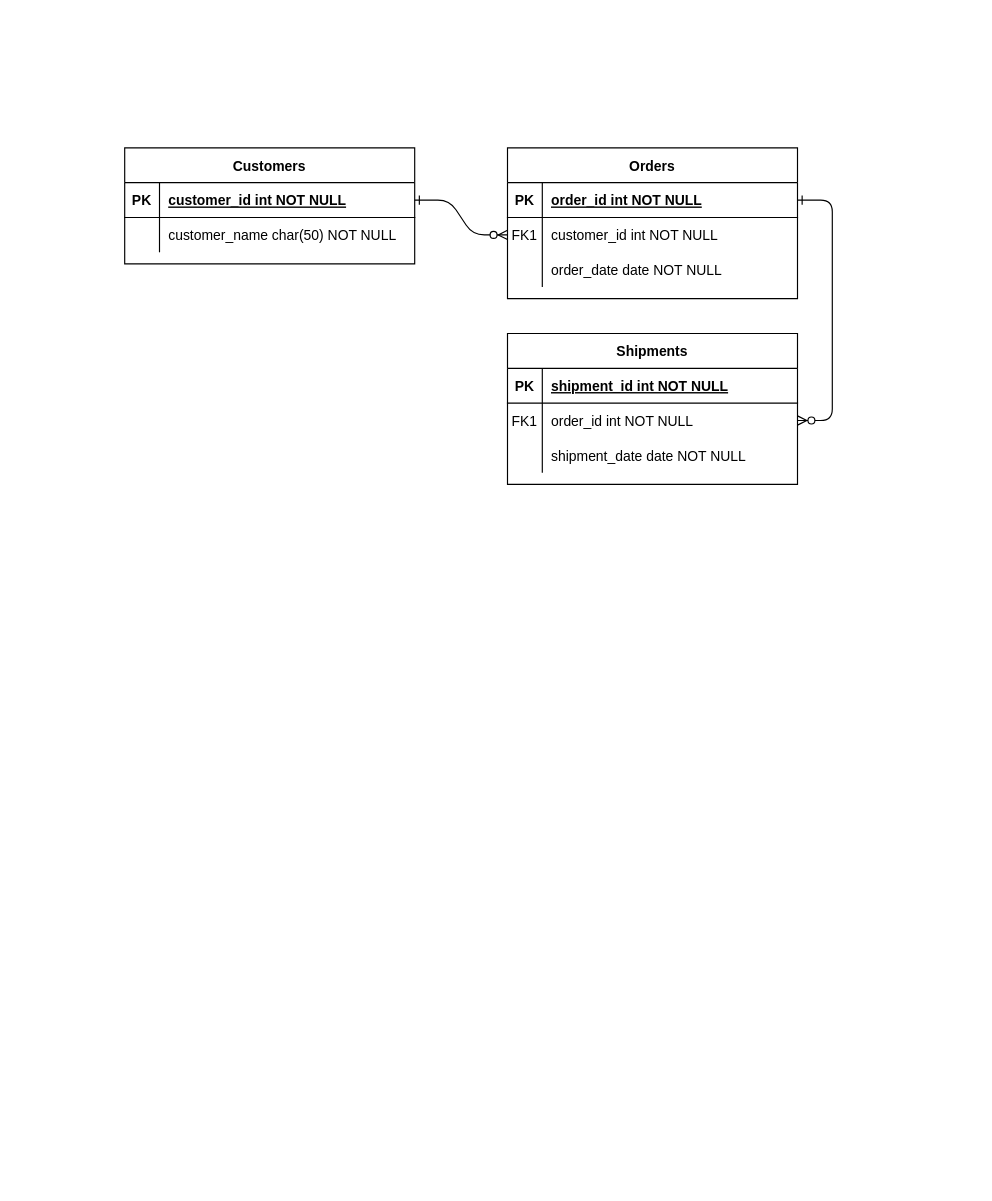
The draw.io diagram Untitled Diagram.drawio in MarinaBdcr/ED, before the edit. Source tidied: cells renumbered, new cells numbered last; positions are measured from the earlier drawing's top-left corner, leaving out a move shared by most shapes. Both pictures are drawn from the tidied source at 116%, with x=0, y=0 at pixel (124, 147).
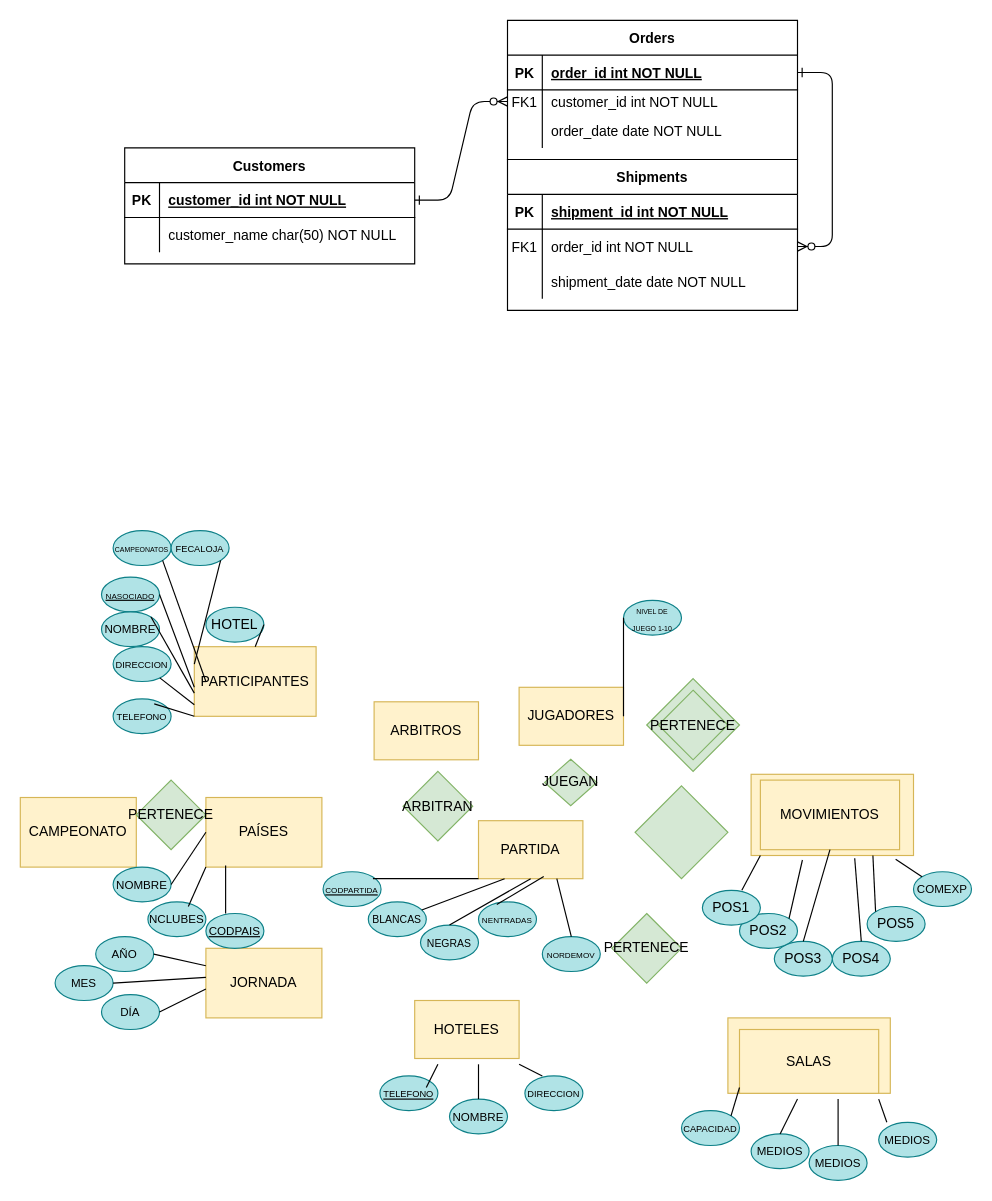
The same page after the edit.

What changed in the source:
```diff
@@
     <mxCell id="4" value="Orders" style="shape=table;startSize=30;childLayout=tableLayout;rowLines=0;fontStyle=1;align=center;" parent="1" vertex="1">
-      <mxGeometry x="330" width="250" height="130" as="geometry" />
+      <mxGeometry x="330" y="-110" width="250" height="120" as="geometry" />
     </mxCell>
@@
     <mxCell id="8" style="shape=partialRectangle;fillColor=none;points=[[0,0.5],[1,0.5]];portConstraint=eastwest;top=0;left=0;right=0;bottom=0;" parent="4" vertex="1">
-      <mxGeometry y="60" width="250" height="30" as="geometry" />
+      <mxGeometry y="60" width="250" height="20" as="geometry" />
     </mxCell>
     <mxCell id="9" value="FK1" style="shape=partialRectangle;overflow=hidden;fillColor=none;top=0;left=0;bottom=0;right=0;" parent="8" vertex="1">
-      <mxGeometry width="30" height="30" as="geometry" />
+      <mxGeometry width="30" height="20" as="geometry" />
     </mxCell>
     <mxCell id="10" value="customer_id int NOT NULL" style="shape=partialRectangle;overflow=hidden;fillColor=none;top=0;left=0;bottom=0;right=0;align=left;spacingLeft=6;" parent="8" vertex="1">
-      <mxGeometry x="30" width="220" height="30" as="geometry" />
+      <mxGeometry x="30" width="220" height="20" as="geometry" />
     </mxCell>
     <mxCell id="11" style="shape=partialRectangle;fillColor=none;top=0;left=0;right=0;bottom=0;" parent="4" vertex="1">
-      <mxGeometry y="90" width="250" height="30" as="geometry" />
+      <mxGeometry y="80" width="250" height="30" as="geometry" />
     </mxCell>
@@
     <mxCell id="14" value="Shipments" style="shape=table;startSize=30;childLayout=tableLayout;rowLines=0;fontStyle=1;align=center;" parent="1" vertex="1">
-      <mxGeometry x="330" y="160" width="250" height="130" as="geometry" />
+      <mxGeometry x="330" y="10" width="250" height="130" as="geometry" />
     </mxCell>
@@
+    <mxCell id="31" value="PARTICIPANTES" style="rounded=0;whiteSpace=wrap;html=1;fillColor=#fff2cc;strokeColor=#d6b656;" parent="1" vertex="1">
+      <mxGeometry x="60" y="430" width="105" height="60" as="geometry" />
+    </mxCell>
+    <mxCell id="32" value="CAMPEONATO" style="rounded=0;whiteSpace=wrap;html=1;fillColor=#fff2cc;strokeColor=#d6b656;" parent="1" vertex="1">
+      <mxGeometry x="-90" y="560" width="100" height="60" as="geometry" />
+    </mxCell>
+    <mxCell id="33" value="PAÍSES" style="rounded=0;whiteSpace=wrap;html=1;fillColor=#fff2cc;strokeColor=#d6b656;" parent="1" vertex="1">
+      <mxGeometry x="70" y="560" width="100" height="60" as="geometry" />
+    </mxCell>
+    <mxCell id="34" value="JORNADA" style="rounded=0;whiteSpace=wrap;html=1;fillColor=#fff2cc;strokeColor=#d6b656;" parent="1" vertex="1">
+      <mxGeometry x="70" y="690" width="100" height="60" as="geometry" />
+    </mxCell>
+    <mxCell id="35" value="JUGADORES" style="rounded=0;whiteSpace=wrap;html=1;fillColor=#fff2cc;strokeColor=#d6b656;" parent="1" vertex="1">
+      <mxGeometry x="340" y="465" width="90" height="50" as="geometry" />
+    </mxCell>
+    <mxCell id="36" value="ARBITROS" style="rounded=0;whiteSpace=wrap;html=1;fillColor=#fff2cc;strokeColor=#d6b656;" parent="1" vertex="1">
+      <mxGeometry x="215" y="477.5" width="90" height="50" as="geometry" />
+    </mxCell>
+    <mxCell id="37" value="HOTELES" style="rounded=0;whiteSpace=wrap;html=1;fillColor=#fff2cc;strokeColor=#d6b656;" parent="1" vertex="1">
+      <mxGeometry x="250" y="735" width="90" height="50" as="geometry" />
+    </mxCell>
+    <mxCell id="38" value="PARTIDA" style="rounded=0;whiteSpace=wrap;html=1;fillColor=#fff2cc;strokeColor=#d6b656;" parent="1" vertex="1">
+      <mxGeometry x="305" y="580" width="90" height="50" as="geometry" />
+    </mxCell>
+    <mxCell id="39" style="rounded=0;whiteSpace=wrap;html=1;fillColor=#fff2cc;strokeColor=#d6b656;" parent="1" vertex="1">
+      <mxGeometry x="520" y="750" width="140" height="65" as="geometry" />
+    </mxCell>
+    <mxCell id="40" style="rounded=0;whiteSpace=wrap;html=1;fillColor=#fff2cc;strokeColor=#d6b656;" parent="1" vertex="1">
+      <mxGeometry x="540" y="540" width="140" height="70" as="geometry" />
+    </mxCell>
+    <mxCell id="41" value="MOVIMIENTOS" style="rounded=0;whiteSpace=wrap;html=1;fillColor=#fff2cc;strokeColor=#d6b656;" parent="1" vertex="1">
+      <mxGeometry x="548" y="545" width="120" height="60" as="geometry" />
+    </mxCell>
+    <mxCell id="42" value="SALAS" style="rounded=0;whiteSpace=wrap;html=1;fillColor=#fff2cc;strokeColor=#d6b656;" parent="1" vertex="1">
+      <mxGeometry x="530" y="760" width="120" height="55" as="geometry" />
+    </mxCell>
+    <mxCell id="43" style="rhombus;whiteSpace=wrap;html=1;fillColor=#d5e8d4;strokeColor=#82b366;" parent="1" vertex="1">
+      <mxGeometry x="440" y="550" width="80" height="80" as="geometry" />
+    </mxCell>
+    <mxCell id="44" style="rhombus;whiteSpace=wrap;html=1;fillColor=#d5e8d4;strokeColor=#82b366;" parent="1" vertex="1">
+      <mxGeometry x="450" y="457.5" width="80" height="80" as="geometry" />
+    </mxCell>
+    <mxCell id="45" value="PERTENECE" style="rhombus;whiteSpace=wrap;html=1;fillColor=#d5e8d4;strokeColor=#82b366;" parent="1" vertex="1">
+      <mxGeometry x="460" y="467.5" width="60" height="60" as="geometry" />
+    </mxCell>
+    <mxCell id="46" value="PERTENECE" style="rhombus;whiteSpace=wrap;html=1;fillColor=#d5e8d4;strokeColor=#82b366;" parent="1" vertex="1">
+      <mxGeometry x="420" y="660" width="60" height="60" as="geometry" />
+    </mxCell>
+    <mxCell id="47" value="&lt;font size=&quot;1&quot;&gt;NOMBRE&lt;/font&gt;" style="ellipse;whiteSpace=wrap;html=1;fillColor=#b0e3e6;strokeColor=#0e8088;" parent="1" vertex="1">
+      <mxGeometry x="280" y="820" width="50" height="30" as="geometry" />
+    </mxCell>
+    <mxCell id="48" value="&lt;font size=&quot;1&quot;&gt;MEDIOS&lt;/font&gt;" style="ellipse;whiteSpace=wrap;html=1;fillColor=#b0e3e6;strokeColor=#0e8088;" parent="1" vertex="1">
+      <mxGeometry x="590" y="860" width="50" height="30" as="geometry" />
+    </mxCell>
+    <mxCell id="49" value="&lt;font size=&quot;1&quot;&gt;MEDIOS&lt;/font&gt;" style="ellipse;whiteSpace=wrap;html=1;fillColor=#b0e3e6;strokeColor=#0e8088;" parent="1" vertex="1">
+      <mxGeometry x="540" y="850" width="50" height="30" as="geometry" />
+    </mxCell>
+    <mxCell id="50" value="&lt;font style=&quot;font-size: 8px&quot;&gt;CAPACIDAD&lt;/font&gt;" style="ellipse;whiteSpace=wrap;html=1;fillColor=#b0e3e6;strokeColor=#0e8088;" parent="1" vertex="1">
+      <mxGeometry x="480" y="830" width="50" height="30" as="geometry" />
+    </mxCell>
+    <mxCell id="51" value="&lt;font size=&quot;1&quot;&gt;COMEXP&lt;/font&gt;" style="ellipse;whiteSpace=wrap;html=1;fillColor=#b0e3e6;strokeColor=#0e8088;" parent="1" vertex="1">
+      <mxGeometry x="680" y="624" width="50" height="30" as="geometry" />
+    </mxCell>
+    <mxCell id="52" value="POS5" style="ellipse;whiteSpace=wrap;html=1;fillColor=#b0e3e6;strokeColor=#0e8088;" parent="1" vertex="1">
+      <mxGeometry x="640" y="654" width="50" height="30" as="geometry" />
+    </mxCell>
+    <mxCell id="53" value="POS4" style="ellipse;whiteSpace=wrap;html=1;fillColor=#b0e3e6;strokeColor=#0e8088;" parent="1" vertex="1">
+      <mxGeometry x="610" y="684" width="50" height="30" as="geometry" />
+    </mxCell>
+    <mxCell id="54" value="POS3" style="ellipse;whiteSpace=wrap;html=1;fillColor=#b0e3e6;strokeColor=#0e8088;" parent="1" vertex="1">
+      <mxGeometry x="560" y="684" width="50" height="30" as="geometry" />
+    </mxCell>
+    <mxCell id="55" value="POS2" style="ellipse;whiteSpace=wrap;html=1;fillColor=#b0e3e6;strokeColor=#0e8088;" parent="1" vertex="1">
+      <mxGeometry x="530" y="660" width="50" height="30" as="geometry" />
+    </mxCell>
+    <mxCell id="56" value="POS1" style="ellipse;whiteSpace=wrap;html=1;fillColor=#b0e3e6;strokeColor=#0e8088;" parent="1" vertex="1">
+      <mxGeometry x="498" y="640" width="50" height="30" as="geometry" />
+    </mxCell>
+    <mxCell id="57" value="&lt;font style=&quot;font-size: 7px&quot;&gt;NORDEMOV&lt;/font&gt;" style="ellipse;whiteSpace=wrap;html=1;fillColor=#b0e3e6;strokeColor=#0e8088;" parent="1" vertex="1">
+      <mxGeometry x="360" y="680" width="50" height="30" as="geometry" />
+    </mxCell>
+    <mxCell id="58" value="&lt;font style=&quot;font-size: 7px&quot;&gt;NENTRADAS&lt;/font&gt;" style="ellipse;whiteSpace=wrap;html=1;fillColor=#b0e3e6;strokeColor=#0e8088;" parent="1" vertex="1">
+      <mxGeometry x="305" y="650" width="50" height="30" as="geometry" />
+    </mxCell>
+    <mxCell id="59" value="&lt;font style=&quot;font-size: 9px&quot;&gt;NEGRAS&lt;/font&gt;" style="ellipse;whiteSpace=wrap;html=1;fillColor=#b0e3e6;strokeColor=#0e8088;" parent="1" vertex="1">
+      <mxGeometry x="255" y="670" width="50" height="30" as="geometry" />
+    </mxCell>
+    <mxCell id="60" value="&lt;font style=&quot;font-size: 9px&quot;&gt;BLANCAS&lt;/font&gt;" style="ellipse;whiteSpace=wrap;html=1;fillColor=#b0e3e6;strokeColor=#0e8088;" parent="1" vertex="1">
+      <mxGeometry x="210" y="650" width="50" height="30" as="geometry" />
+    </mxCell>
+    <mxCell id="61" value="&lt;font style=&quot;font-size: 7px&quot;&gt;&lt;u&gt;CODPARTIDA&lt;/u&gt;&lt;/font&gt;" style="ellipse;whiteSpace=wrap;html=1;fillColor=#b0e3e6;strokeColor=#0e8088;" parent="1" vertex="1">
+      <mxGeometry x="171" y="624" width="50" height="30" as="geometry" />
+    </mxCell>
+    <mxCell id="62" value="&lt;font size=&quot;1&quot;&gt;DÍA&lt;/font&gt;" style="ellipse;whiteSpace=wrap;html=1;fillColor=#b0e3e6;strokeColor=#0e8088;" parent="1" vertex="1">
+      <mxGeometry x="-20" y="730" width="50" height="30" as="geometry" />
+    </mxCell>
+    <mxCell id="63" value="&lt;font size=&quot;1&quot;&gt;MES&lt;/font&gt;" style="ellipse;whiteSpace=wrap;html=1;fillColor=#b0e3e6;strokeColor=#0e8088;" parent="1" vertex="1">
+      <mxGeometry x="-60" y="705" width="50" height="30" as="geometry" />
+    </mxCell>
+    <mxCell id="64" value="&lt;font size=&quot;1&quot;&gt;AÑO&lt;/font&gt;" style="ellipse;whiteSpace=wrap;html=1;fillColor=#b0e3e6;strokeColor=#0e8088;" parent="1" vertex="1">
+      <mxGeometry x="-25" y="680" width="50" height="30" as="geometry" />
+    </mxCell>
+    <mxCell id="65" value="&lt;font size=&quot;1&quot;&gt;&lt;u&gt;CODPAIS&lt;/u&gt;&lt;/font&gt;" style="ellipse;whiteSpace=wrap;html=1;fillColor=#b0e3e6;strokeColor=#0e8088;" parent="1" vertex="1">
+      <mxGeometry x="70" y="660" width="50" height="30" as="geometry" />
+    </mxCell>
+    <mxCell id="66" value="&lt;font size=&quot;1&quot;&gt;NOMBRE&lt;/font&gt;" style="ellipse;whiteSpace=wrap;html=1;fillColor=#b0e3e6;strokeColor=#0e8088;" parent="1" vertex="1">
+      <mxGeometry x="-10" y="620" width="50" height="30" as="geometry" />
+    </mxCell>
+    <mxCell id="67" value="&lt;font size=&quot;1&quot;&gt;NCLUBES&lt;/font&gt;" style="ellipse;whiteSpace=wrap;html=1;fillColor=#b0e3e6;strokeColor=#0e8088;" parent="1" vertex="1">
+      <mxGeometry x="20" y="650" width="50" height="30" as="geometry" />
+    </mxCell>
+    <mxCell id="68" value="&lt;span style=&quot;font-size: 6px&quot;&gt;NIVEL DE JUEGO 1-10&lt;/span&gt;" style="ellipse;whiteSpace=wrap;html=1;fillColor=#b0e3e6;strokeColor=#0e8088;" parent="1" vertex="1">
+      <mxGeometry x="430" y="390" width="50" height="30" as="geometry" />
+    </mxCell>
+    <mxCell id="69" value="&lt;font style=&quot;font-size: 6px&quot;&gt;CAMPEONATOS&lt;/font&gt;" style="ellipse;whiteSpace=wrap;html=1;fillColor=#b0e3e6;strokeColor=#0e8088;" parent="1" vertex="1">
+      <mxGeometry x="-10" y="330" width="50" height="30" as="geometry" />
+    </mxCell>
+    <mxCell id="70" value="&lt;font style=&quot;font-size: 7px&quot;&gt;&lt;u&gt;NASOCIADO&lt;/u&gt;&lt;/font&gt;" style="ellipse;whiteSpace=wrap;html=1;fillColor=#b0e3e6;strokeColor=#0e8088;" parent="1" vertex="1">
+      <mxGeometry x="-20" y="370" width="50" height="30" as="geometry" />
+    </mxCell>
+    <mxCell id="71" value="HOTEL" style="ellipse;whiteSpace=wrap;html=1;fillColor=#b0e3e6;strokeColor=#0e8088;" parent="1" vertex="1">
+      <mxGeometry x="70" y="396" width="50" height="30" as="geometry" />
+    </mxCell>
+    <mxCell id="72" value="&lt;font size=&quot;1&quot;&gt;MEDIOS&lt;/font&gt;" style="ellipse;whiteSpace=wrap;html=1;fillColor=#b0e3e6;strokeColor=#0e8088;" parent="1" vertex="1">
+      <mxGeometry x="650" y="840" width="50" height="30" as="geometry" />
+    </mxCell>
+    <mxCell id="73" value="&lt;font style=&quot;font-size: 8px&quot;&gt;&lt;u&gt;TELEFONO&lt;/u&gt;&lt;/font&gt;" style="ellipse;whiteSpace=wrap;html=1;fillColor=#b0e3e6;strokeColor=#0e8088;" parent="1" vertex="1">
+      <mxGeometry x="220" y="800" width="50" height="30" as="geometry" />
+    </mxCell>
+    <mxCell id="74" value="&lt;font style=&quot;font-size: 8px&quot;&gt;DIRECCION&lt;/font&gt;" style="ellipse;whiteSpace=wrap;html=1;fillColor=#b0e3e6;strokeColor=#0e8088;" parent="1" vertex="1">
+      <mxGeometry x="345" y="800" width="50" height="30" as="geometry" />
+    </mxCell>
+    <mxCell id="75" value="&lt;font size=&quot;1&quot;&gt;NOMBRE&lt;/font&gt;" style="ellipse;whiteSpace=wrap;html=1;fillColor=#b0e3e6;strokeColor=#0e8088;" parent="1" vertex="1">
+      <mxGeometry x="-20" y="400" width="50" height="30" as="geometry" />
+    </mxCell>
+    <mxCell id="76" value="&lt;font style=&quot;font-size: 8px&quot;&gt;TELEFONO&lt;/font&gt;" style="ellipse;whiteSpace=wrap;html=1;fillColor=#b0e3e6;strokeColor=#0e8088;" parent="1" vertex="1">
+      <mxGeometry x="-10" y="475" width="50" height="30" as="geometry" />
+    </mxCell>
+    <mxCell id="77" value="&lt;font style=&quot;font-size: 8px&quot;&gt;FECALOJA&lt;/font&gt;" style="ellipse;whiteSpace=wrap;html=1;fillColor=#b0e3e6;strokeColor=#0e8088;" parent="1" vertex="1">
+      <mxGeometry x="40" y="330" width="50" height="30" as="geometry" />
+    </mxCell>
+    <mxCell id="78" value="&lt;font style=&quot;font-size: 8px&quot;&gt;DIRECCION&lt;/font&gt;" style="ellipse;whiteSpace=wrap;html=1;fillColor=#b0e3e6;strokeColor=#0e8088;" parent="1" vertex="1">
+      <mxGeometry x="-10" y="430" width="50" height="30" as="geometry" />
+    </mxCell>
+    <mxCell id="79" style="endArrow=none;html=1;exitX=0.5;exitY=0;exitDx=0;exitDy=0;entryX=1;entryY=0.5;entryDx=0;entryDy=0;" parent="1" edge="1" source="31" target="71">
+      <mxGeometry relative="1" as="geometry" />
+    </mxCell>
+    <mxCell id="80" style="endArrow=none;html=1;entryX=1;entryY=1;entryDx=0;entryDy=0;exitX=0;exitY=0.25;exitDx=0;exitDy=0;" parent="1" edge="1" source="31" target="77">
+      <mxGeometry relative="1" as="geometry" />
+    </mxCell>
+    <mxCell id="81" style="endArrow=none;html=1;entryX=1;entryY=1;entryDx=0;entryDy=0;" parent="1" edge="1" target="69">
+      <mxGeometry relative="1" as="geometry">
+        <mxPoint x="70" y="460" as="sourcePoint" />
+      </mxGeometry>
+    </mxCell>
+    <mxCell id="82" style="endArrow=none;html=1;entryX=1;entryY=0.5;entryDx=0;entryDy=0;" parent="1" edge="1" target="70">
+      <mxGeometry relative="1" as="geometry">
+        <mxPoint x="60" y="465" as="sourcePoint" />
+      </mxGeometry>
+    </mxCell>
+    <mxCell id="83" style="endArrow=none;html=1;entryX=1;entryY=0;entryDx=0;entryDy=0;" parent="1" edge="1" target="75">
+      <mxGeometry relative="1" as="geometry">
+        <mxPoint x="60" y="470" as="sourcePoint" />
+      </mxGeometry>
+    </mxCell>
+    <mxCell id="84" style="endArrow=none;html=1;" parent="1" edge="1" target="78">
+      <mxGeometry relative="1" as="geometry">
+        <mxPoint x="60" y="480" as="sourcePoint" />
+      </mxGeometry>
+    </mxCell>
+    <mxCell id="85" style="endArrow=none;html=1;" parent="1" edge="1">
+      <mxGeometry relative="1" as="geometry">
+        <mxPoint x="260" y="810" as="sourcePoint" />
+        <mxPoint x="270" y="790" as="targetPoint" />
+      </mxGeometry>
+    </mxCell>
+    <mxCell id="86" style="endArrow=none;html=1;" parent="1" edge="1">
+      <mxGeometry relative="1" as="geometry">
+        <mxPoint x="305" y="790" as="sourcePoint" />
+        <mxPoint x="305" y="820" as="targetPoint" />
+      </mxGeometry>
+    </mxCell>
+    <mxCell id="87" style="endArrow=none;html=1;" parent="1" edge="1">
+      <mxGeometry relative="1" as="geometry">
+        <mxPoint x="360" y="800" as="sourcePoint" />
+        <mxPoint x="340" y="790" as="targetPoint" />
+      </mxGeometry>
+    </mxCell>
+    <mxCell id="88" style="endArrow=none;html=1;exitX=0;exitY=0.25;exitDx=0;exitDy=0;entryX=1;entryY=0.5;entryDx=0;entryDy=0;" parent="1" edge="1" source="34" target="64">
+      <mxGeometry relative="1" as="geometry" />
+    </mxCell>
+    <mxCell id="89" style="endArrow=none;html=1;entryX=1;entryY=0.5;entryDx=0;entryDy=0;" parent="1" edge="1" target="63">
+      <mxGeometry relative="1" as="geometry">
+        <mxPoint x="70" y="715" as="sourcePoint" />
+      </mxGeometry>
+    </mxCell>
+    <mxCell id="90" style="endArrow=none;html=1;entryX=1;entryY=0.5;entryDx=0;entryDy=0;" parent="1" edge="1" target="62">
+      <mxGeometry relative="1" as="geometry">
+        <mxPoint x="70" y="725" as="sourcePoint" />
+      </mxGeometry>
+    </mxCell>
+    <mxCell id="91" style="endArrow=none;html=1;entryX=1;entryY=0.5;entryDx=0;entryDy=0;exitX=0;exitY=0.5;exitDx=0;exitDy=0;" parent="1" edge="1" source="33" target="66">
+      <mxGeometry relative="1" as="geometry" />
+    </mxCell>
+    <mxCell id="92" style="endArrow=none;html=1;entryX=0.697;entryY=0.13;entryDx=0;entryDy=0;entryPerimeter=0;" parent="1" edge="1" target="67">
+      <mxGeometry relative="1" as="geometry">
+        <mxPoint x="70" y="620" as="sourcePoint" />
+      </mxGeometry>
+    </mxCell>
+    <mxCell id="93" style="endArrow=none;html=1;exitX=0.17;exitY=0.977;exitDx=0;exitDy=0;exitPerimeter=0;" parent="1" edge="1" source="33">
+      <mxGeometry relative="1" as="geometry">
+        <mxPoint x="87" y="660" as="targetPoint" />
+      </mxGeometry>
+    </mxCell>
+    <mxCell id="94" style="endArrow=none;html=1;exitX=0;exitY=1;exitDx=0;exitDy=0;" parent="1" edge="1" source="38">
+      <mxGeometry relative="1" as="geometry">
+        <mxPoint x="214" y="630" as="targetPoint" />
+      </mxGeometry>
+    </mxCell>
+    <mxCell id="95" style="endArrow=none;html=1;exitX=0.25;exitY=1;exitDx=0;exitDy=0;" parent="1" edge="1" source="38" target="60">
+      <mxGeometry relative="1" as="geometry" />
+    </mxCell>
+    <mxCell id="96" style="endArrow=none;html=1;exitX=0.5;exitY=1;exitDx=0;exitDy=0;entryX=0.5;entryY=0;entryDx=0;entryDy=0;" parent="1" edge="1" source="38" target="59">
+      <mxGeometry relative="1" as="geometry" />
+    </mxCell>
+    <mxCell id="97" style="endArrow=none;html=1;exitX=0.625;exitY=0.962;exitDx=0;exitDy=0;entryX=0.315;entryY=0.078;entryDx=0;entryDy=0;entryPerimeter=0;exitPerimeter=0;" parent="1" edge="1" source="38" target="58">
+      <mxGeometry relative="1" as="geometry" />
+    </mxCell>
+    <mxCell id="98" style="endArrow=none;html=1;entryX=0.5;entryY=0;entryDx=0;entryDy=0;exitX=0.75;exitY=1;exitDx=0;exitDy=0;" parent="1" edge="1" source="38" target="57">
+      <mxGeometry relative="1" as="geometry" />
+    </mxCell>
+    <mxCell id="99" style="endArrow=none;html=1;" parent="1" edge="1">
+      <mxGeometry relative="1" as="geometry">
+        <mxPoint x="548" y="610" as="sourcePoint" />
+        <mxPoint x="532" y="640" as="targetPoint" />
+      </mxGeometry>
+    </mxCell>
+    <mxCell id="100" style="endArrow=none;html=1;entryX=1;entryY=0;entryDx=0;entryDy=0;exitX=0.302;exitY=1.148;exitDx=0;exitDy=0;exitPerimeter=0;" parent="1" edge="1" source="41" target="55">
+      <mxGeometry relative="1" as="geometry" />
+    </mxCell>
+    <mxCell id="101" style="endArrow=none;html=1;entryX=0.5;entryY=0;entryDx=0;entryDy=0;exitX=0.5;exitY=1;exitDx=0;exitDy=0;" parent="1" edge="1" source="41" target="54">
+      <mxGeometry relative="1" as="geometry" />
+    </mxCell>
+    <mxCell id="102" style="endArrow=none;html=1;entryX=0.5;entryY=0;entryDx=0;entryDy=0;exitX=0.638;exitY=1.033;exitDx=0;exitDy=0;exitPerimeter=0;" parent="1" edge="1" source="40" target="53">
+      <mxGeometry relative="1" as="geometry" />
+    </mxCell>
+    <mxCell id="103" style="endArrow=none;html=1;entryX=0;entryY=0;entryDx=0;entryDy=0;exitX=0.75;exitY=1;exitDx=0;exitDy=0;" parent="1" edge="1" source="40" target="52">
+      <mxGeometry relative="1" as="geometry" />
+    </mxCell>
+    <mxCell id="104" style="endArrow=none;html=1;entryX=0;entryY=0;entryDx=0;entryDy=0;exitX=0.89;exitY=1.045;exitDx=0;exitDy=0;exitPerimeter=0;" parent="1" edge="1" source="40" target="51">
+      <mxGeometry relative="1" as="geometry" />
+    </mxCell>
+    <mxCell id="105" style="endArrow=none;html=1;exitX=1;exitY=0;exitDx=0;exitDy=0;" parent="1" edge="1" source="50">
+      <mxGeometry relative="1" as="geometry">
+        <mxPoint x="530" y="810" as="targetPoint" />
+      </mxGeometry>
+    </mxCell>
+    <mxCell id="106" style="endArrow=none;html=1;" parent="1" edge="1">
+      <mxGeometry relative="1" as="geometry">
+        <mxPoint x="565" y="850" as="sourcePoint" />
+        <mxPoint x="580" y="820" as="targetPoint" />
+      </mxGeometry>
+    </mxCell>
+    <mxCell id="107" style="endArrow=none;html=1;" parent="1" edge="1">
+      <mxGeometry relative="1" as="geometry">
+        <mxPoint x="615" y="860" as="sourcePoint" />
+        <mxPoint x="615" y="820" as="targetPoint" />
+      </mxGeometry>
+    </mxCell>
+    <mxCell id="108" style="endArrow=none;html=1;" parent="1" edge="1">
+      <mxGeometry relative="1" as="geometry">
+        <mxPoint x="657" y="840" as="sourcePoint" />
+        <mxPoint x="650" y="820" as="targetPoint" />
+      </mxGeometry>
+    </mxCell>
+    <mxCell id="109" style="endArrow=none;html=1;exitX=1;exitY=0.5;exitDx=0;exitDy=0;entryX=0;entryY=0.5;entryDx=0;entryDy=0;" parent="1" edge="1" source="35" target="68">
+      <mxGeometry relative="1" as="geometry" />
+    </mxCell>
+    <mxCell id="110" style="endArrow=none;html=1;exitX=0.709;exitY=0.143;exitDx=0;exitDy=0;exitPerimeter=0;" parent="1" edge="1" source="76">
+      <mxGeometry relative="1" as="geometry">
+        <mxPoint x="60" y="490" as="targetPoint" />
+      </mxGeometry>
+    </mxCell>
+    <mxCell id="111" value="ARBITRAN" style="rhombus;whiteSpace=wrap;html=1;fillColor=#d5e8d4;strokeColor=#82b366;" parent="1" vertex="1">
+      <mxGeometry x="240" y="537.5" width="60" height="60" as="geometry" />
+    </mxCell>
+    <mxCell id="112" value="JUEGAN" style="rhombus;whiteSpace=wrap;html=1;fillColor=#d5e8d4;strokeColor=#82b366;" parent="1" vertex="1">
+      <mxGeometry x="362" y="527" width="45" height="40" as="geometry" />
+    </mxCell>
+    <mxCell id="113" value="PERTENECE" style="rhombus;whiteSpace=wrap;html=1;fillColor=#d5e8d4;strokeColor=#82b366;" parent="1" vertex="1">
+      <mxGeometry x="10" y="545" width="60" height="60" as="geometry" />
+    </mxCell>
```
